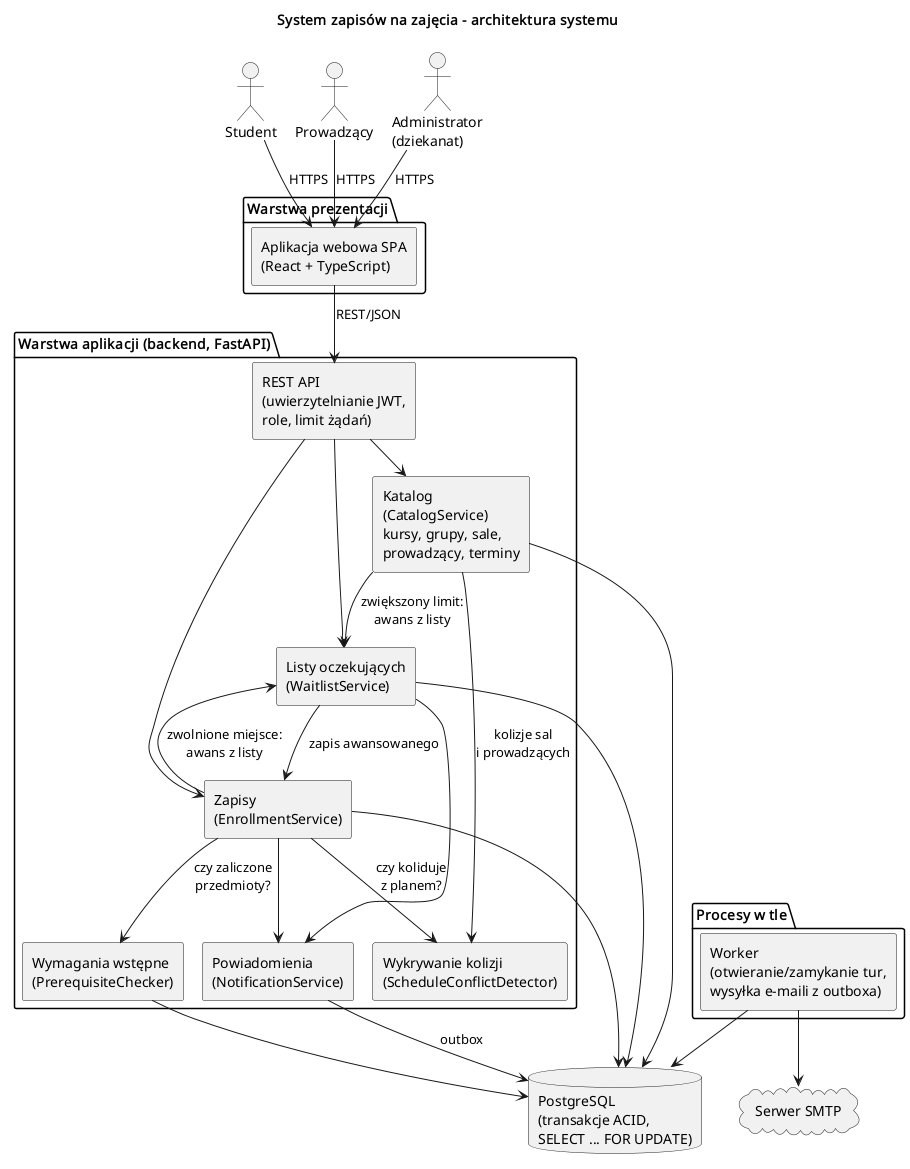
The PlantUML diagram diagramy/architektura.png in Husaria55/USOSv2, before a commit. Its diagram source:
```plantuml
@startuml architektura
!pragma layout smetana
title System zapisów na zajęcia - architektura systemu
skinparam componentStyle rectangle
skinparam shadowing false

actor "Student" as student
actor "Prowadzący" as prow
actor "Administrator\n(dziekanat)" as admin

package "Warstwa prezentacji" {
  [Aplikacja webowa SPA\n(React + TypeScript)] as spa
}

package "Warstwa aplikacji (backend, FastAPI)" {
  [REST API\n(uwierzytelnianie JWT,\nrole, limit żądań)] as api
  [Katalog\n(CatalogService)\nkursy, grupy, sale,\nprowadzący, terminy] as katalog
  [Zapisy\n(EnrollmentService)] as zapisy
  [Wymagania wstępne\n(PrerequisiteChecker)] as wym
  [Wykrywanie kolizji\n(ScheduleConflictDetector)] as kol
  [Listy oczekujących\n(WaitlistService)] as wait
  [Powiadomienia\n(NotificationService)] as notif
}

package "Procesy w tle" {
  [Worker\n(otwieranie/zamykanie tur,\nwysyłka e-maili z outboxa)] as worker
}

database "PostgreSQL\n(transakcje ACID,\nSELECT ... FOR UPDATE)" as db
cloud "Serwer SMTP" as smtp

student --> spa : HTTPS
prow --> spa : HTTPS
admin --> spa : HTTPS
spa --> api : REST/JSON
api --> katalog
api --> zapisy
api --> wait
zapisy --> wym : czy zaliczone\nprzedmioty?
zapisy --> kol : czy koliduje\nz planem?
zapisy --> wait : zwolnione miejsce:\nawans z listy
katalog --> kol : kolizje sal\ni prowadzących
katalog --> wait : zwiększony limit:\nawans z listy
wait --> zapisy : zapis awansowanego
wait --> notif
zapisy --> notif
notif --> db : outbox
worker --> db
worker --> smtp
katalog --> db
zapisy --> db
wait --> db
wym --> db
@enduml
```
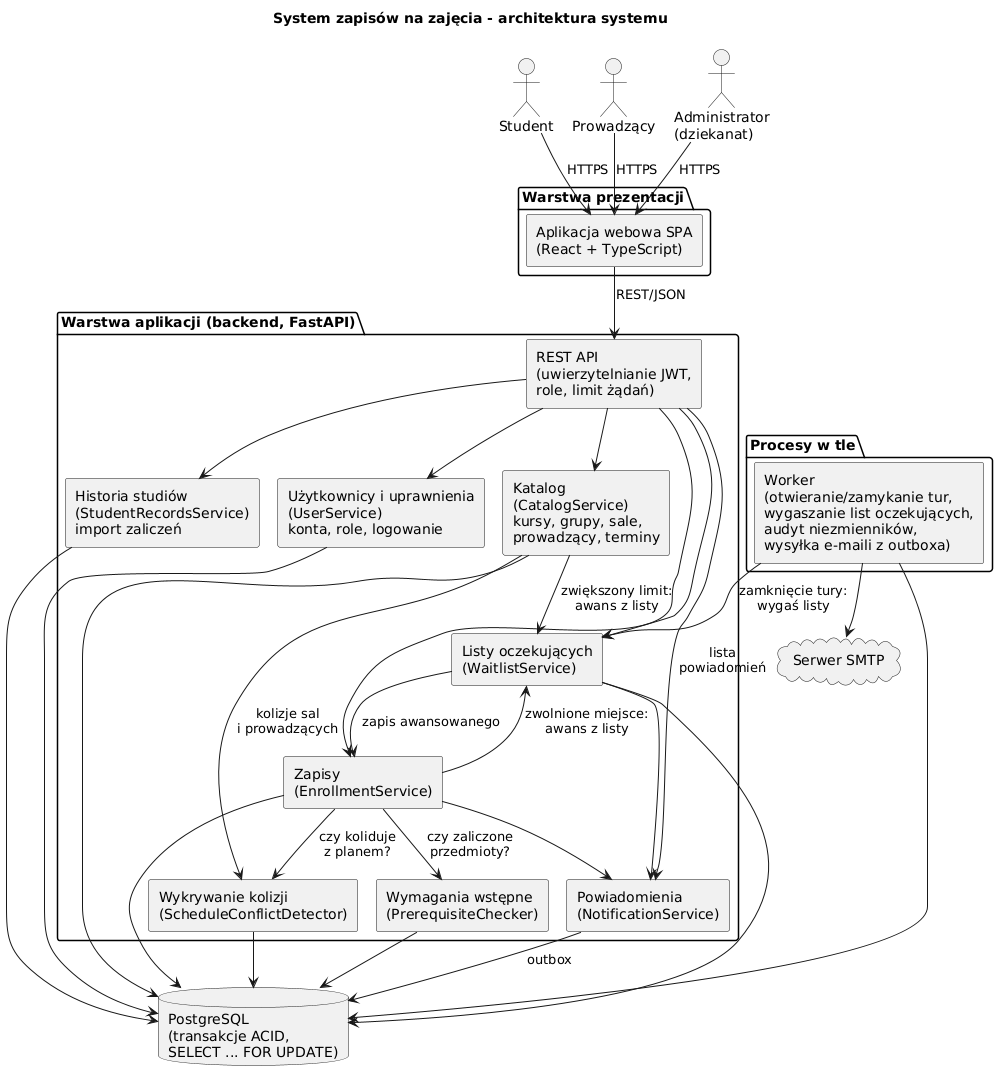
The same diagram one commit later.

Change to the diagram source:
```diff
@@ -20,10 +20,12 @@
   [Wykrywanie kolizji\n(ScheduleConflictDetector)] as kol
   [Listy oczekujących\n(WaitlistService)] as wait
   [Powiadomienia\n(NotificationService)] as notif
+  [Użytkownicy i uprawnienia\n(UserService)\nkonta, role, logowanie] as users
+  [Historia studiów\n(StudentRecordsService)\nimport zaliczeń] as records
 }
 
 package "Procesy w tle" {
-  [Worker\n(otwieranie/zamykanie tur,\nwysyłka e-maili z outboxa)] as worker
+  [Worker\n(otwieranie/zamykanie tur,\nwygaszanie list oczekujących,\naudyt niezmienników,\nwysyłka e-maili z outboxa)] as worker
 }
 
 database "PostgreSQL\n(transakcje ACID,\nSELECT ... FOR UPDATE)" as db
@@ -36,6 +38,9 @@
 api --> katalog
 api --> zapisy
 api --> wait
+api --> notif : lista\npowiadomień
+api --> users
+api --> records
 zapisy --> wym : czy zaliczone\nprzedmioty?
 zapisy --> kol : czy koliduje\nz planem?
 zapisy --> wait : zwolnione miejsce:\nawans z listy
@@ -45,10 +50,14 @@
 wait --> notif
 zapisy --> notif
 notif --> db : outbox
+worker --> wait : zamknięcie tury:\nwygaś listy
 worker --> db
 worker --> smtp
 katalog --> db
 zapisy --> db
 wait --> db
 wym --> db
+kol --> db
+users --> db
+records --> db
 @enduml
```
